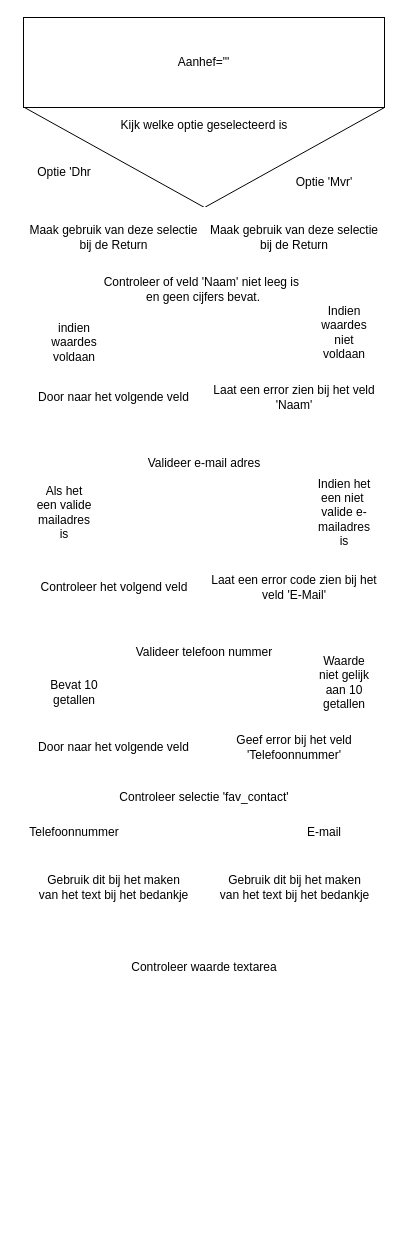
Earlier version of the draw.io diagram Diagrams/PSD.drawio (JeroenHeemskerk/educom-webshop-basis-1676367863). Source tidied: cells renumbered, new cells numbered last; positions are measured from the earlier drawing's top-left corner, leaving out a move shared by most shapes. Both pictures are drawn from the tidied source at 100%, with x=0, y=0 at pixel (23, 17).
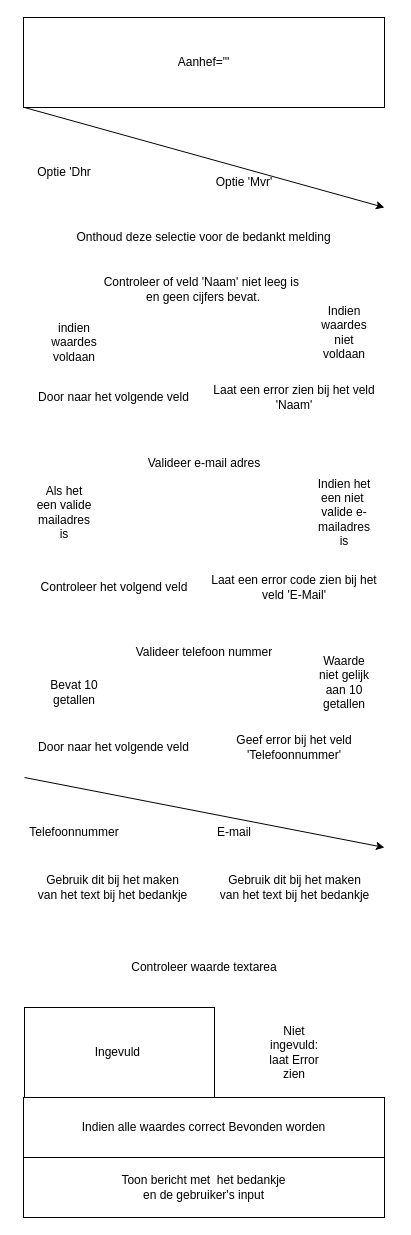
Above is the later version.

Commit message:
1.3 #4 kleine wijziging

Unchanged cells that the change refers to:
```xml
<mxCell id="2" style="html=1;labelBorderColor=default;align=center;verticalAlign=middle;whiteSpace=wrap;strokeColor=#FFFFFF;" parent="1" vertex="1">
  <mxGeometry x="1" y="90" width="360" height="100" as="geometry" />
</mxCell>
<mxCell id="10" value="&lt;font style=&quot;font-size: 12px;&quot;&gt;Controleer of veld&lt;/font&gt;&amp;nbsp;'Naam' niet leeg is&amp;nbsp;&lt;br&gt;en geen cijfers bevat." style="triangle;whiteSpace=wrap;html=1;labelBorderColor=none;strokeColor=#FFFFFF;direction=south;spacingTop=-57;" parent="1" vertex="1">
  <mxGeometry y="250" width="360" height="100" as="geometry" />
</mxCell>
<mxCell id="27" style="rounded=0;whiteSpace=wrap;html=1;labelBorderColor=default;strokeColor=#FFFFFF;fontSize=12;" parent="1" vertex="1">
  <mxGeometry x="1" y="760" width="360" height="70" as="geometry" />
</mxCell>
```

What changed in the source:
```diff
@@
-    <mxCell id="3" value="Kijk welke optie geselecteerd is" style="triangle;whiteSpace=wrap;html=1;direction=south;spacingTop=-64;" parent="1" vertex="1">
-      <mxGeometry x="1" y="90" width="360" height="100" as="geometry" />
-    </mxCell>
@@
     <mxCell id="6" value="Optie 'Mvr'" style="text;strokeColor=none;align=center;fillColor=none;html=1;verticalAlign=middle;whiteSpace=wrap;rounded=0;labelBorderColor=none;" parent="1" vertex="1">
-      <mxGeometry x="271" y="150" width="60" height="30" as="geometry" />
+      <mxGeometry x="191" y="150" width="60" height="30" as="geometry" />
     </mxCell>
+    <mxCell id="35" style="edgeStyle=none;html=1;" parent="1" edge="1" source="7" target="10">
+      <mxGeometry relative="1" as="geometry" />
+    </mxCell>
-    <mxCell id="7" value="Maak gebruik van deze selectie&lt;br&gt;bij de Return" style="rounded=0;whiteSpace=wrap;html=1;labelBorderColor=none;strokeColor=#FFFFFF;" parent="1" vertex="1">
-      <mxGeometry y="190" width="181" height="60" as="geometry" />
+    <mxCell id="7" value="Onthoud deze selectie voor de bedankt melding" style="rounded=0;whiteSpace=wrap;html=1;labelBorderColor=none;strokeColor=#FFFFFF;" parent="1" vertex="1">
+      <mxGeometry y="190" width="361" height="60" as="geometry" />
     </mxCell>
-    <mxCell id="8" value="Maak gebruik van deze selectie&lt;br&gt;bij de Return" style="rounded=0;whiteSpace=wrap;html=1;labelBorderColor=none;strokeColor=#FFFFFF;" parent="1" vertex="1">
-      <mxGeometry x="181" y="190" width="180" height="60" as="geometry" />
-    </mxCell>
@@
-    <mxCell id="28" value="Controleer selectie 'fav_contact'" style="triangle;whiteSpace=wrap;html=1;labelBorderColor=none;strokeColor=#FFFFFF;fontSize=12;direction=south;spacingTop=-30;" parent="1" vertex="1">
-      <mxGeometry x="1" y="760" width="360" height="70" as="geometry" />
-    </mxCell>
@@
     <mxCell id="30" value="E-mail" style="text;strokeColor=none;align=center;fillColor=none;html=1;verticalAlign=middle;whiteSpace=wrap;rounded=0;labelBorderColor=none;fontSize=12;" parent="1" vertex="1">
-      <mxGeometry x="271" y="800" width="60" height="30" as="geometry" />
+      <mxGeometry x="181" y="800" width="60" height="30" as="geometry" />
     </mxCell>
     <mxCell id="31" value="Gebruik dit bij het maken&lt;br&gt;van het text bij het bedankje" style="rounded=0;whiteSpace=wrap;html=1;labelBorderColor=none;strokeColor=#FFFFFF;fontSize=12;" parent="1" vertex="1">
-      <mxGeometry y="830" width="181" height="80" as="geometry" />
+      <mxGeometry x="-1" y="830" width="181" height="80" as="geometry" />
     </mxCell>
@@
+    <mxCell id="36" style="endArrow=classic;html=1;entryX=1;entryY=0;entryDx=0;entryDy=0;exitX=0;exitY=0;exitDx=0;exitDy=0;" parent="1" edge="1" source="2">
+      <mxGeometry relative="1" as="geometry">
+        <mxPoint x="361" y="190" as="targetPoint" />
+      </mxGeometry>
+    </mxCell>
+    <mxCell id="37" style="rounded=0;whiteSpace=wrap;html=1;" parent="1" vertex="1">
+      <mxGeometry x="1" y="990" width="190" height="90" as="geometry" />
+    </mxCell>
+    <mxCell id="38" value="Ingevuld&amp;nbsp;" style="text;strokeColor=none;align=center;fillColor=none;html=1;verticalAlign=middle;whiteSpace=wrap;rounded=0;" parent="1" vertex="1">
+      <mxGeometry x="66" y="1020" width="60" height="30" as="geometry" />
+    </mxCell>
+    <mxCell id="39" value="Niet ingevuld:&lt;br&gt;laat Error zien" style="text;strokeColor=none;align=center;fillColor=none;html=1;verticalAlign=middle;whiteSpace=wrap;rounded=0;" parent="1" vertex="1">
+      <mxGeometry x="241" y="1020" width="60" height="30" as="geometry" />
+    </mxCell>
+    <mxCell id="40" value="Indien alle waardes correct Bevonden worden" style="rounded=0;whiteSpace=wrap;html=1;" parent="1" vertex="1">
+      <mxGeometry y="1080" width="361" height="60" as="geometry" />
+    </mxCell>
+    <mxCell id="41" value="Toon bericht met&amp;nbsp; het bedankje&lt;br&gt;en de gebruiker's input" style="rounded=0;whiteSpace=wrap;html=1;" parent="1" vertex="1">
+      <mxGeometry y="1140" width="361" height="60" as="geometry" />
+    </mxCell>
+    <mxCell id="42" style="endArrow=classic;html=1;exitX=0;exitY=0;exitDx=0;exitDy=0;entryX=1;entryY=1;entryDx=0;entryDy=0;" parent="1" edge="1" source="27" target="27">
+      <mxGeometry relative="1" as="geometry" />
+    </mxCell>
```
